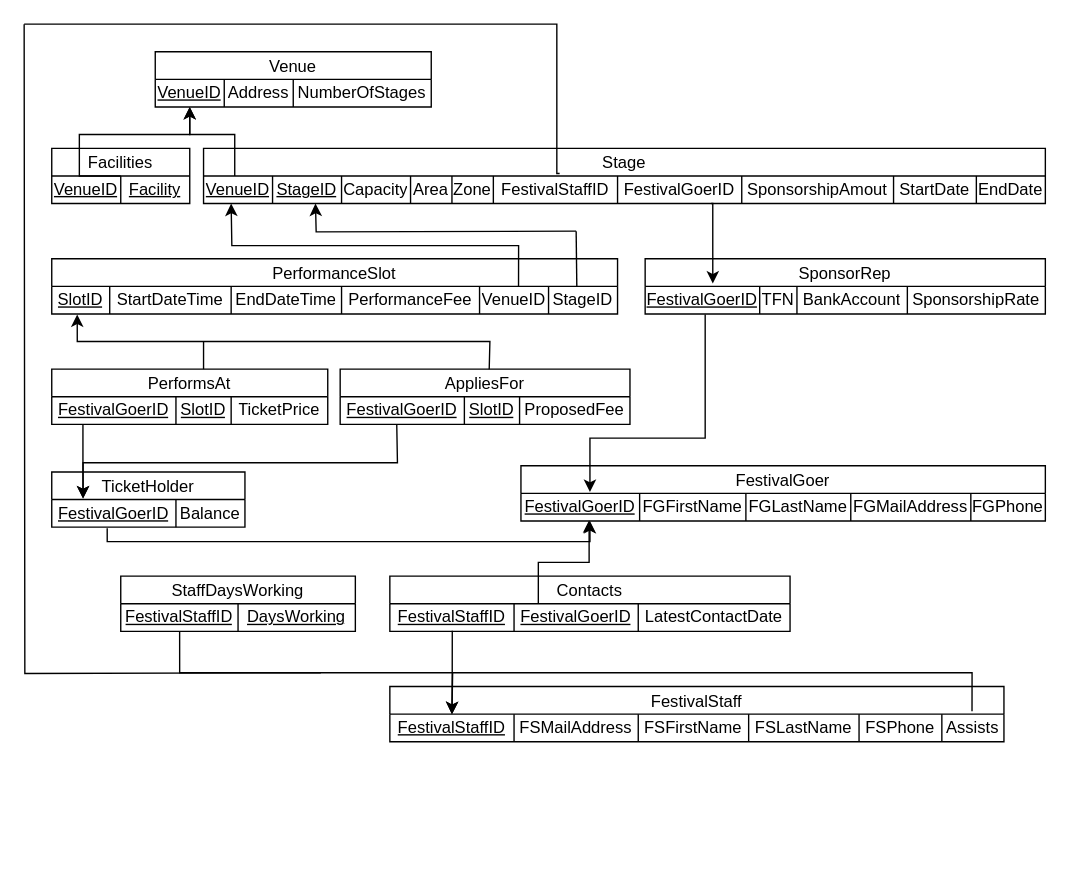
Before: Assignment 1/schema.drawio in Ryan-liu2004/ISYS2120, a draw.io diagram. Source tidied: cells renumbered, new cells numbered last; positions are measured from the earlier drawing's top-left corner, leaving out a move shared by most shapes. Both pictures are drawn from the tidied source at 138%, with x=0, y=0 at pixel (23, 23).
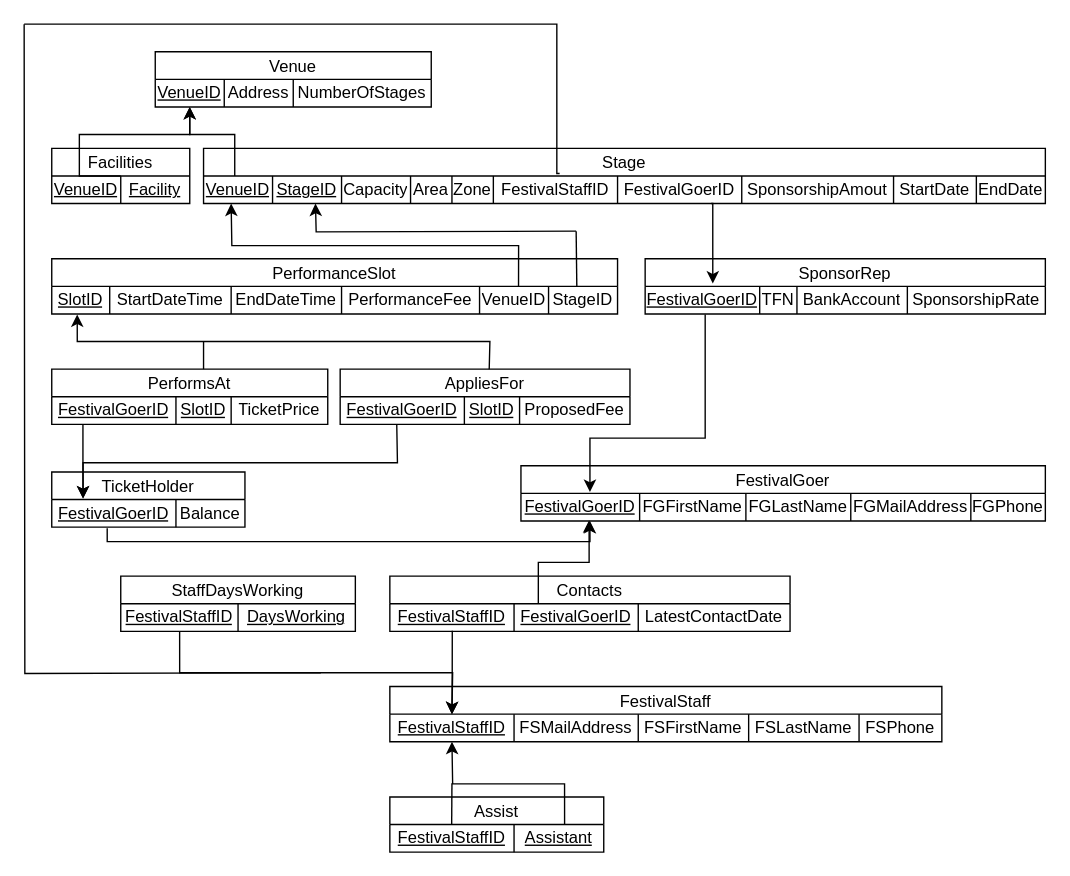
Above is the later version.

Commit message (it also covers changes not shown here):
Modify Assist relationship

The edit, as a diff of the source:
```diff
@@
     <mxCell id="40" value="FestivalStaff" style="shape=table;startSize=20;childLayout=tableLayout;labelBackgroundColor=none;" parent="1" vertex="1">
-      <mxGeometry x="265" y="480" width="445" height="40" as="geometry" />
+      <mxGeometry x="265" y="480" width="400" height="40" as="geometry" />
     </mxCell>
     <mxCell id="41" style="shape=tableRow;horizontal=0;startSize=0;swimlaneHead=0;swimlaneBody=0;top=0;left=0;bottom=0;right=0;fillColor=none;points=[[0,0.5],[1,0.5]];portConstraint=eastwest;labelBackgroundColor=none;" parent="40" vertex="1">
-      <mxGeometry y="20" width="445" height="20" as="geometry" />
+      <mxGeometry y="20" width="400" height="20" as="geometry" />
     </mxCell>
@@
-    <mxCell id="47" value="Assists" style="shape=partialRectangle;html=1;whiteSpace=wrap;overflow=hidden;fillColor=none;top=0;left=0;bottom=0;right=0;labelBackgroundColor=none;" parent="41" vertex="1">
-      <mxGeometry x="400" width="45" height="20" as="geometry" />
-    </mxCell>
@@
-    <mxCell id="92" style="endArrow=none;html=1;rounded=0;edgeStyle=orthogonalEdgeStyle;exitX=0.948;exitY=-0.108;exitDx=0;exitDy=0;exitPerimeter=0;" parent="1" edge="1" source="41">
-      <mxGeometry relative="1" as="geometry">
-        <mxPoint x="310" y="470" as="targetPoint" />
-        <Array as="points">
-          <mxPoint x="687" y="470" />
-        </Array>
-      </mxGeometry>
-    </mxCell>
+    <mxCell id="93" value="Assist" style="shape=table;startSize=20;childLayout=tableLayout;" parent="1" vertex="1">
+      <mxGeometry x="265" y="560" width="155" height="40" as="geometry" />
+    </mxCell>
+    <mxCell id="94" style="shape=tableRow;horizontal=0;startSize=0;swimlaneHead=0;swimlaneBody=0;strokeColor=inherit;top=0;left=0;bottom=0;right=0;fillColor=none;points=[[0,0.5],[1,0.5]];portConstraint=eastwest;" parent="93" vertex="1">
+      <mxGeometry y="20" width="155" height="20" as="geometry" />
+    </mxCell>
+    <mxCell id="95" value="&lt;u style=&quot;text-wrap-mode: nowrap;&quot;&gt;FestivalStaffID&lt;/u&gt;" style="shape=partialRectangle;html=1;whiteSpace=wrap;strokeColor=inherit;overflow=hidden;fillColor=none;top=0;left=0;bottom=0;right=0;" parent="94" vertex="1">
+      <mxGeometry width="90" height="20" as="geometry" />
+    </mxCell>
+    <mxCell id="96" value="&lt;u&gt;Assistant&lt;/u&gt;" style="shape=partialRectangle;html=1;whiteSpace=wrap;strokeColor=inherit;overflow=hidden;fillColor=none;top=0;left=0;bottom=0;right=0;" parent="94" vertex="1">
+      <mxGeometry x="90" width="65" height="20" as="geometry" />
+    </mxCell>
+    <mxCell id="97" style="endArrow=classic;html=1;rounded=0;edgeStyle=orthogonalEdgeStyle;exitX=0.817;exitY=-0.004;exitDx=0;exitDy=0;exitPerimeter=0;" parent="1" edge="1" source="94">
+      <mxGeometry relative="1" as="geometry">
+        <mxPoint x="310" y="520" as="targetPoint" />
+      </mxGeometry>
+    </mxCell>
+    <mxCell id="98" style="endArrow=none;html=1;rounded=0;exitX=0.289;exitY=-0.017;exitDx=0;exitDy=0;exitPerimeter=0;" parent="1" edge="1" source="94">
+      <mxGeometry relative="1" as="geometry">
+        <mxPoint x="310" y="550" as="targetPoint" />
+      </mxGeometry>
+    </mxCell>
```
